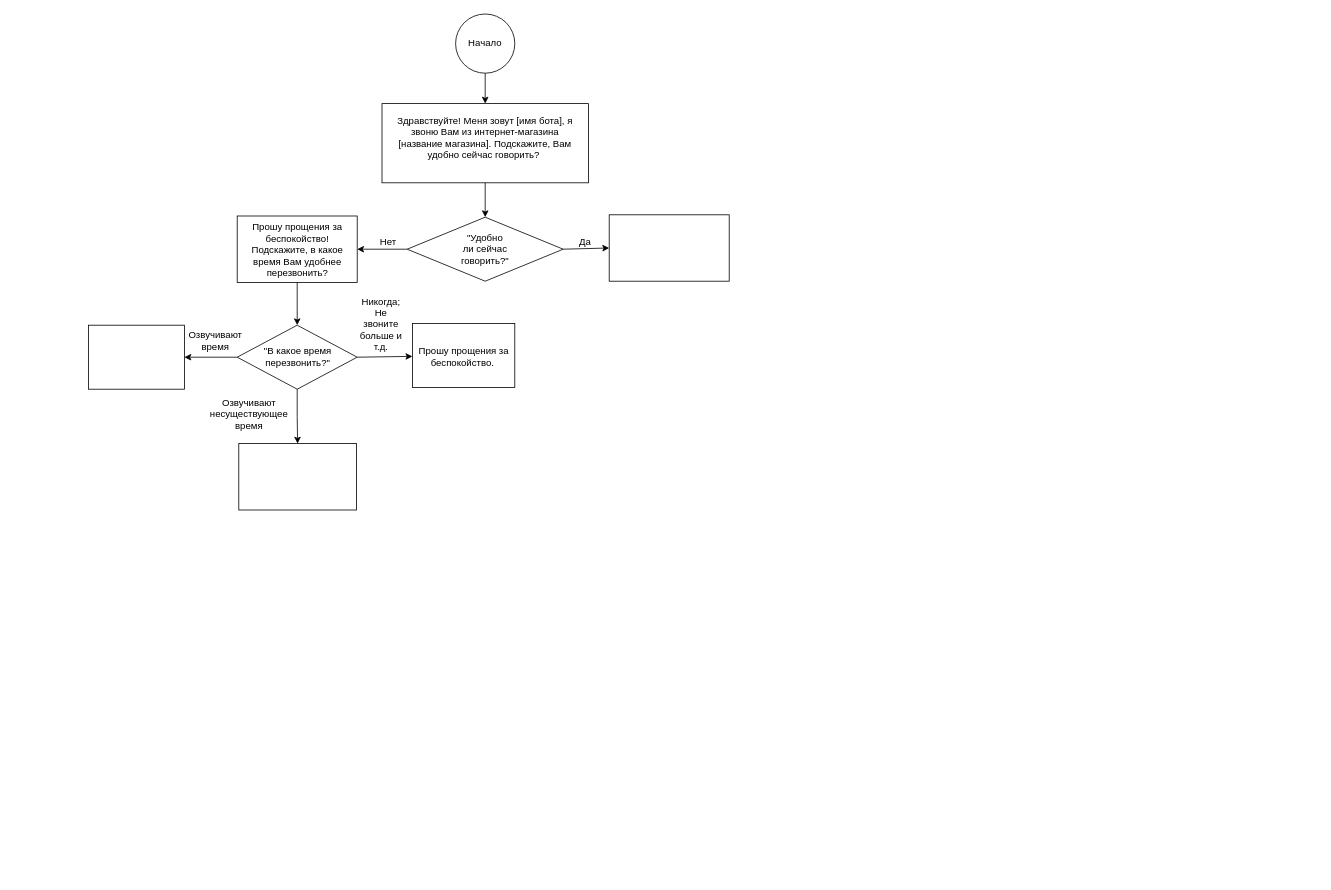
MeAstrena/Resume-CV- keeps this draw.io diagram as Тестовое задание на вакансию Младшего разработчика голосовых и чат ботов, Дусаева Кристина Родионовна.drawio. Above is the earlier version. Source tidied: cells renumbered, new cells numbered last; positions are measured from the earlier drawing's top-left corner, leaving out a move shared by most shapes. Both pictures are drawn from the tidied source at 80%, with x=0, y=0 at pixel (88, 14).
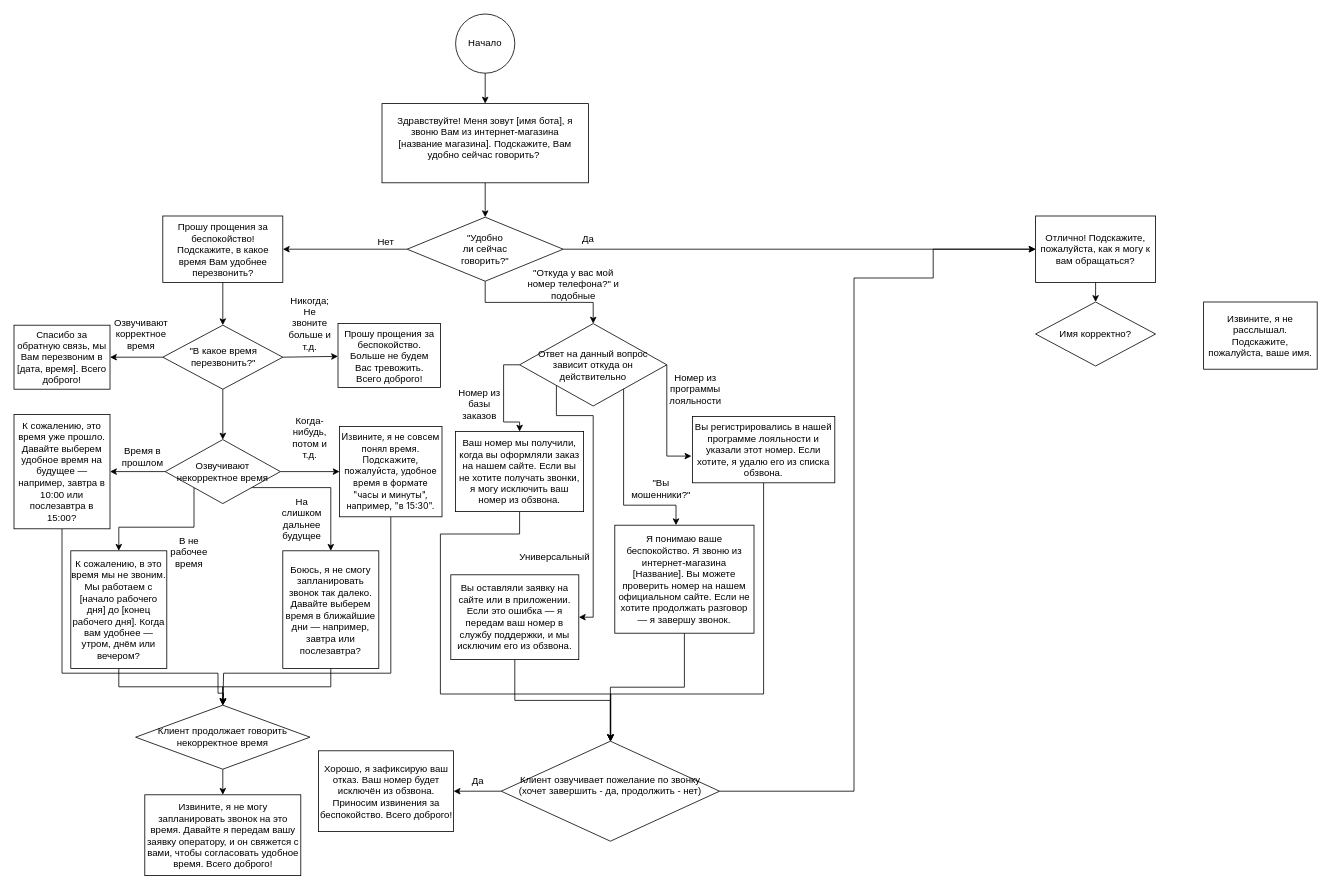
Above is the later version.

The change refers to these unchanged cells:
```xml
<mxCell id="7" style="rhombus;whiteSpace=wrap;html=1;shapeInside=1;" parent="1" vertex="1">
  <mxGeometry x="398.5" y="254" width="195" height="80" as="geometry" />
</mxCell>
```

The edit, as a diff of the source:
```diff
@@
+    <mxCell id="30" style="edgeStyle=orthogonalEdgeStyle;rounded=0;jettySize=auto;html=1;exitX=0.5;exitY=1;exitDx=0;exitDy=0;" parent="1" edge="1" source="7" target="55">
+      <mxGeometry relative="1" as="geometry" />
+    </mxCell>
@@
     <mxCell id="9" style="rounded=0;whiteSpace=wrap;html=1;" parent="1" vertex="1">
-      <mxGeometry x="186" y="252.5" width="150" height="83" as="geometry" />
+      <mxGeometry x="93" y="252.5" width="150" height="83" as="geometry" />
     </mxCell>
@@
+    <mxCell id="31" style="edgeStyle=orthogonalEdgeStyle;rounded=0;jettySize=auto;html=1;exitX=0.5;exitY=1;exitDx=0;exitDy=0;entryX=0.5;entryY=0;entryDx=0;entryDy=0;" parent="1" edge="1" source="12" target="75">
+      <mxGeometry relative="1" as="geometry" />
+    </mxCell>
-    <mxCell id="12" style="rounded=0;whiteSpace=wrap;html=1;" parent="1" vertex="1">
-      <mxGeometry x="651" y="251" width="150" height="83" as="geometry" />
+    <mxCell id="12" value="Отлично! Подскажите, пожалуйста, как я могу к вам обращаться?" style="rounded=0;whiteSpace=wrap;html=1;" parent="1" vertex="1">
+      <mxGeometry x="1184" y="252.5" width="150" height="83" as="geometry" />
     </mxCell>
@@
     <mxCell id="14" value="Нет" style="text;html=1;whiteSpace=wrap;strokeColor=none;fillColor=none;align=center;verticalAlign=middle;rounded=0;" parent="1" vertex="1">
-      <mxGeometry x="345" y="270" width="60" height="30" as="geometry" />
+      <mxGeometry x="342" y="270" width="60" height="30" as="geometry" />
     </mxCell>
-    <mxCell id="15" value="Да" style="text;html=1;whiteSpace=wrap;strokeColor=none;fillColor=none;align=center;verticalAlign=middle;rounded=0;" parent="1" vertex="1">
-      <mxGeometry x="591" y="270" width="60" height="30" as="geometry" />
-    </mxCell>
     <mxCell id="16" value="Прошу прощения за беспокойство! Подскажите, в какое время Вам удобнее перезвонить?" style="text;html=1;whiteSpace=wrap;strokeColor=none;fillColor=none;align=center;verticalAlign=middle;rounded=0;" parent="1" vertex="1">
-      <mxGeometry x="191" y="259" width="141" height="72" as="geometry" />
+      <mxGeometry x="98" y="259" width="141" height="72" as="geometry" />
     </mxCell>
-    <mxCell id="17" style="edgeStyle=orthogonalEdgeStyle;rounded=0;jettySize=auto;html=1;exitX=0.5;exitY=1;exitDx=0;exitDy=0;entryX=0.5;entryY=0;entryDx=0;entryDy=0;" parent="1" edge="1" source="18" target="28">
+    <mxCell id="17" style="edgeStyle=orthogonalEdgeStyle;rounded=0;jettySize=auto;html=1;exitX=0.5;exitY=1;exitDx=0;exitDy=0;entryX=0.5;entryY=0;entryDx=0;entryDy=0;" parent="1" edge="1" source="18" target="38">
       <mxGeometry relative="1" as="geometry" />
     </mxCell>
     <mxCell id="18" style="rhombus;whiteSpace=wrap;html=1;shapeInside=1;" parent="1" vertex="1">
-      <mxGeometry x="186" y="389" width="150" height="80" as="geometry" />
+      <mxGeometry x="93" y="389" width="150" height="80" as="geometry" />
     </mxCell>
     <mxCell id="19" value="&quot;В какое время перезвонить?&quot;" style="text;html=1;whiteSpace=wrap;strokeColor=none;fillColor=none;align=center;verticalAlign=middle;rounded=0;" parent="1" vertex="1">
-      <mxGeometry x="215" y="414" width="94" height="30" as="geometry" />
+      <mxGeometry x="122" y="414" width="94" height="30" as="geometry" />
     </mxCell>
@@
-    <mxCell id="21" style="rounded=0;whiteSpace=wrap;html=1;" parent="1" vertex="1">
-      <mxGeometry y="389" width="120" height="80" as="geometry" />
+    <mxCell id="21" value="Спасибо за обратную связь, мы Вам перезвоним в [дата, время]. Всего доброго!" style="rounded=0;whiteSpace=wrap;html=1;" parent="1" vertex="1">
+      <mxGeometry x="-93" y="389" width="120" height="80" as="geometry" />
     </mxCell>
     <mxCell id="22" style="rounded=0;whiteSpace=wrap;html=1;" parent="1" vertex="1">
-      <mxGeometry x="405" y="387" width="128" height="80" as="geometry" />
+      <mxGeometry x="312" y="387" width="128" height="80" as="geometry" />
     </mxCell>
@@
     <mxCell id="25" value="Никогда; Не звоните больше&amp;nbsp;и т.д." style="text;html=1;whiteSpace=wrap;strokeColor=none;fillColor=none;align=center;verticalAlign=middle;rounded=0;" parent="1" vertex="1">
-      <mxGeometry x="336" y="373" width="60" height="30" as="geometry" />
+      <mxGeometry x="247" y="348" width="60" height="78" as="geometry" />
     </mxCell>
-    <mxCell id="26" value="Прошу прощения за беспокойство.&amp;nbsp;" style="text;html=1;whiteSpace=wrap;strokeColor=none;fillColor=none;align=center;verticalAlign=middle;rounded=0;" parent="1" vertex="1">
-      <mxGeometry x="411" y="393" width="117" height="69" as="geometry" />
+    <mxCell id="26" value="Прошу прощения за беспокойство. Больше не будем Вас тревожить. Всего доброго!" style="text;html=1;whiteSpace=wrap;strokeColor=none;fillColor=none;align=center;verticalAlign=middle;rounded=0;" parent="1" vertex="1">
+      <mxGeometry x="318" y="393" width="117" height="69" as="geometry" />
     </mxCell>
-    <mxCell id="27" value="Озвучивают время" style="text;html=1;whiteSpace=wrap;strokeColor=none;fillColor=none;align=center;verticalAlign=middle;rounded=0;" parent="1" vertex="1">
-      <mxGeometry x="129" y="393" width="60" height="30" as="geometry" />
+    <mxCell id="27" value="Озвучивают корректное время" style="text;html=1;whiteSpace=wrap;strokeColor=none;fillColor=none;align=center;verticalAlign=middle;rounded=0;" parent="1" vertex="1">
+      <mxGeometry x="36" y="376" width="60" height="47" as="geometry" />
     </mxCell>
-    <mxCell id="28" style="rounded=0;whiteSpace=wrap;html=1;" parent="1" vertex="1">
-      <mxGeometry x="188" y="537" width="147" height="83" as="geometry" />
-    </mxCell>
-    <mxCell id="29" value="Озвучивают несуществующее время" style="text;html=1;whiteSpace=wrap;strokeColor=none;fillColor=none;align=center;verticalAlign=middle;rounded=0;" parent="1" vertex="1">
-      <mxGeometry x="171" y="485" width="60" height="30" as="geometry" />
+    <mxCell id="29" value="Время в прошлом" style="text;html=1;whiteSpace=wrap;strokeColor=none;fillColor=none;align=center;verticalAlign=middle;rounded=0;" parent="1" vertex="1">
+      <mxGeometry x="38" y="538" width="60" height="30" as="geometry" />
     </mxCell>
+    <mxCell id="32" value="Когда-нибудь, потом и т.д." style="text;html=1;whiteSpace=wrap;strokeColor=none;fillColor=none;align=center;verticalAlign=middle;rounded=0;" parent="1" vertex="1">
+      <mxGeometry x="247" y="496" width="60" height="67" as="geometry" />
+    </mxCell>
+    <mxCell id="33" style="edgeStyle=orthogonalEdgeStyle;rounded=0;jettySize=auto;html=1;exitX=1;exitY=0.5;exitDx=0;exitDy=0;" parent="1" edge="1" source="38" target="39">
+      <mxGeometry relative="1" as="geometry" />
+    </mxCell>
+    <mxCell id="34" style="edgeStyle=orthogonalEdgeStyle;rounded=0;jettySize=auto;html=1;exitX=0;exitY=0.5;exitDx=0;exitDy=0;entryX=1;entryY=0.5;entryDx=0;entryDy=0;" parent="1" edge="1" source="38" target="41">
+      <mxGeometry relative="1" as="geometry" />
+    </mxCell>
+    <mxCell id="35" style="edgeStyle=orthogonalEdgeStyle;rounded=0;jettySize=auto;html=1;exitX=0;exitY=1;exitDx=0;exitDy=0;entryX=0.5;entryY=0;entryDx=0;entryDy=0;" parent="1" edge="1" source="38" target="45">
+      <mxGeometry relative="1" as="geometry" />
+    </mxCell>
+    <mxCell id="36" style="edgeStyle=orthogonalEdgeStyle;rounded=0;jettySize=auto;html=1;exitX=1;exitY=1;exitDx=0;exitDy=0;" parent="1" edge="1" source="38" target="47">
+      <mxGeometry relative="1" as="geometry" />
+    </mxCell>
+    <mxCell id="37" style="edgeStyle=orthogonalEdgeStyle;rounded=0;jettySize=auto;html=1;exitX=0.5;exitY=1;exitDx=0;exitDy=0;entryX=0.5;entryY=0;entryDx=0;entryDy=0;" parent="1" edge="1" source="39" target="49">
+      <mxGeometry relative="1" as="geometry">
+        <Array as="points">
+          <mxPoint x="378" y="824" />
+          <mxPoint x="169" y="824" />
+        </Array>
+      </mxGeometry>
+    </mxCell>
+    <mxCell id="38" value="Озвучивают&lt;br&gt;некорректное время" style="rhombus;whiteSpace=wrap;html=1;shapeInside=1;" parent="1" vertex="1">
+      <mxGeometry x="96" y="532" width="144" height="80" as="geometry" />
+    </mxCell>
+    <mxCell id="39" value="&lt;div&gt;&lt;font face=&quot;quote-cjk-patch, Inter, system-ui, -apple-system, BlinkMacSystemFont, Segoe UI, Roboto, Oxygen, Ubuntu, Cantarell, Open Sans, Helvetica Neue, sans-serif&quot; style=&quot;font-size: 11px; color: rgb(0, 0, 0);&quot;&gt;Извините, я не совсем понял время. Подскажите, пожалуйста, удобное время в формате &quot;часы и минуты&quot;, например, &quot;в 15:30&quot;.&lt;/font&gt;&lt;/div&gt;" style="rounded=0;whiteSpace=wrap;html=1;align=center;" parent="1" vertex="1">
+      <mxGeometry x="314" y="515.5" width="128" height="113" as="geometry" />
+    </mxCell>
+    <mxCell id="40" style="edgeStyle=orthogonalEdgeStyle;rounded=0;jettySize=auto;html=1;exitX=0.5;exitY=1;exitDx=0;exitDy=0;entryX=0.5;entryY=0;entryDx=0;entryDy=0;" parent="1" edge="1" source="41" target="49">
+      <mxGeometry relative="1" as="geometry">
+        <Array as="points">
+          <mxPoint x="-33" y="824" />
+          <mxPoint x="162" y="824" />
+          <mxPoint x="162" y="849" />
+          <mxPoint x="169" y="849" />
+        </Array>
+      </mxGeometry>
+    </mxCell>
+    <mxCell id="41" value="К сожалению,&amp;nbsp;это время уже прошло. Давайте выберем удобное время на будущее — например, завтра в 10:00 или послезавтра в 15:00?" style="rounded=0;whiteSpace=wrap;html=1;" parent="1" vertex="1">
+      <mxGeometry x="-93" y="500.5" width="120" height="143" as="geometry" />
+    </mxCell>
+    <mxCell id="42" value="В не рабочее время" style="text;html=1;whiteSpace=wrap;strokeColor=none;fillColor=none;align=center;verticalAlign=middle;rounded=0;" parent="1" vertex="1">
+      <mxGeometry x="96" y="652" width="60" height="42" as="geometry" />
+    </mxCell>
+    <mxCell id="43" value="На слишком дальнее будущее" style="text;html=1;whiteSpace=wrap;strokeColor=none;fillColor=none;align=center;verticalAlign=middle;rounded=0;" parent="1" vertex="1">
+      <mxGeometry x="237" y="598" width="60" height="65" as="geometry" />
+    </mxCell>
+    <mxCell id="44" style="edgeStyle=orthogonalEdgeStyle;rounded=0;jettySize=auto;html=1;exitX=0.5;exitY=1;exitDx=0;exitDy=0;" parent="1" edge="1" source="45" target="49">
+      <mxGeometry relative="1" as="geometry" />
+    </mxCell>
+    <mxCell id="45" value="К сожалению, в это время мы не звоним. Мы работаем с [начало рабочего дня] до [конец рабочего дня]. Когда вам удобнее — утром, днём или вечером?" style="rounded=0;whiteSpace=wrap;html=1;" parent="1" vertex="1">
+      <mxGeometry x="-22" y="671" width="120" height="147" as="geometry" />
+    </mxCell>
+    <mxCell id="46" style="edgeStyle=orthogonalEdgeStyle;rounded=0;jettySize=auto;html=1;exitX=0.5;exitY=1;exitDx=0;exitDy=0;entryX=0.5;entryY=0;entryDx=0;entryDy=0;" parent="1" edge="1" source="47" target="49">
+      <mxGeometry relative="1" as="geometry" />
+    </mxCell>
+    <mxCell id="47" value="Боюсь, я не смогу запланировать звонок так далеко. Давайте выберем время в ближайшие дни — например, завтра или послезавтра?" style="rounded=0;whiteSpace=wrap;html=1;" parent="1" vertex="1">
+      <mxGeometry x="243" y="671" width="120" height="147" as="geometry" />
+    </mxCell>
+    <mxCell id="48" style="edgeStyle=orthogonalEdgeStyle;rounded=0;jettySize=auto;html=1;exitX=0.5;exitY=1;exitDx=0;exitDy=0;entryX=0.5;entryY=0;entryDx=0;entryDy=0;" parent="1" edge="1" source="49" target="50">
+      <mxGeometry relative="1" as="geometry" />
+    </mxCell>
+    <mxCell id="49" value="Клиент продолжает говорить некорректное время" style="rhombus;whiteSpace=wrap;html=1;shapeInside=1;" parent="1" vertex="1">
+      <mxGeometry x="59" y="864" width="218" height="80" as="geometry" />
+    </mxCell>
+    <mxCell id="50" value="Извините, я не могу запланировать звонок на это время. Давайте я передам вашу заявку оператору, и он свяжется с вами, чтобы согласовать удобное время. Всего доброго!" style="rounded=0;whiteSpace=wrap;html=1;" parent="1" vertex="1">
+      <mxGeometry x="70.5" y="976" width="195" height="101" as="geometry" />
+    </mxCell>
+    <mxCell id="51" value="Да" style="text;html=1;whiteSpace=wrap;strokeColor=none;fillColor=none;align=center;verticalAlign=middle;rounded=0;" parent="1" vertex="1">
+      <mxGeometry x="595" y="267" width="60" height="30" as="geometry" />
+    </mxCell>
+    <mxCell id="52" style="edgeStyle=orthogonalEdgeStyle;rounded=0;jettySize=auto;html=1;exitX=0;exitY=0.5;exitDx=0;exitDy=0;entryX=0.5;entryY=0;entryDx=0;entryDy=0;" parent="1" edge="1" source="55" target="58">
+      <mxGeometry relative="1" as="geometry" />
+    </mxCell>
+    <mxCell id="53" style="edgeStyle=orthogonalEdgeStyle;rounded=0;jettySize=auto;html=1;exitX=0;exitY=1;exitDx=0;exitDy=0;entryX=1;entryY=0.5;entryDx=0;entryDy=0;" parent="1" edge="1" source="55" target="65">
+      <mxGeometry relative="1" as="geometry">
+        <Array as="points">
+          <mxPoint x="585" y="502" />
+          <mxPoint x="631" y="502" />
+          <mxPoint x="631" y="754" />
+        </Array>
+      </mxGeometry>
+    </mxCell>
+    <mxCell id="54" style="edgeStyle=orthogonalEdgeStyle;rounded=0;jettySize=auto;html=1;exitX=1;exitY=1;exitDx=0;exitDy=0;" parent="1" edge="1" source="55" target="67">
+      <mxGeometry relative="1" as="geometry">
+        <Array as="points">
+          <mxPoint x="669" y="464.3" />
+          <mxPoint x="669" y="614" />
+          <mxPoint x="734.5" y="614" />
+        </Array>
+      </mxGeometry>
+    </mxCell>
+    <mxCell id="55" value="Ответ на данный вопрос зависит откуда он действительно" style="rhombus;whiteSpace=wrap;html=1;shapeInside=1;" parent="1" vertex="1">
+      <mxGeometry x="539" y="387" width="184" height="103" as="geometry" />
+    </mxCell>
+    <mxCell id="56" value="&quot;Откуда у вас мой номер телефона?&quot; и подобные" style="text;html=1;whiteSpace=wrap;strokeColor=none;fillColor=none;align=center;verticalAlign=middle;rounded=0;" parent="1" vertex="1">
+      <mxGeometry x="548" y="315" width="117" height="45" as="geometry" />
+    </mxCell>
+    <mxCell id="57" style="edgeStyle=orthogonalEdgeStyle;rounded=0;jettySize=auto;html=1;exitX=0.5;exitY=1;exitDx=0;exitDy=0;" parent="1" edge="1" source="58" target="72">
+      <mxGeometry relative="1" as="geometry">
+        <Array as="points">
+          <mxPoint x="539" y="650" />
+          <mxPoint x="440" y="650" />
+          <mxPoint x="440" y="850" />
+          <mxPoint x="653" y="850" />
+        </Array>
+      </mxGeometry>
+    </mxCell>
+    <mxCell id="58" value="Ваш номер мы получили, когда вы оформляли заказ на нашем сайте. Если вы не хотите получать звонки, я могу исключить ваш номер из обзвона." style="rounded=0;whiteSpace=wrap;html=1;" parent="1" vertex="1">
+      <mxGeometry x="459" y="522" width="160" height="100" as="geometry" />
+    </mxCell>
+    <mxCell id="59" value="Номер из базы заказов" style="text;html=1;whiteSpace=wrap;strokeColor=none;fillColor=none;align=center;verticalAlign=middle;rounded=0;" parent="1" vertex="1">
+      <mxGeometry x="459" y="473" width="60" height="30" as="geometry" />
+    </mxCell>
+    <mxCell id="60" value="Номер из программы лояльности" style="text;html=1;whiteSpace=wrap;strokeColor=none;fillColor=none;align=center;verticalAlign=middle;rounded=0;" parent="1" vertex="1">
+      <mxGeometry x="729" y="454" width="60" height="30" as="geometry" />
+    </mxCell>
+    <mxCell id="61" style="edgeStyle=orthogonalEdgeStyle;rounded=0;jettySize=auto;html=1;exitX=0.5;exitY=1;exitDx=0;exitDy=0;entryX=0.5;entryY=0;entryDx=0;entryDy=0;" parent="1" edge="1" source="62" target="72">
+      <mxGeometry relative="1" as="geometry">
+        <Array as="points">
+          <mxPoint x="844" y="850" />
+          <mxPoint x="653" y="850" />
+        </Array>
+      </mxGeometry>
+    </mxCell>
+    <mxCell id="62" value="Вы регистрировались в нашей программе лояльности и указали этот номер. Если хотите, я удалю его из списка обзвона." style="rounded=0;whiteSpace=wrap;html=1;" parent="1" vertex="1">
+      <mxGeometry x="755" y="503" width="178" height="83" as="geometry" />
+    </mxCell>
+    <mxCell id="63" style="edgeStyle=orthogonalEdgeStyle;rounded=0;jettySize=auto;html=1;exitX=1;exitY=0.5;exitDx=0;exitDy=0;entryX=-0.007;entryY=0.598;entryDx=0;entryDy=0;entryPerimeter=0;" parent="1" edge="1" source="55" target="62">
+      <mxGeometry relative="1" as="geometry">
+        <Array as="points">
+          <mxPoint x="723" y="552.6" />
+        </Array>
+      </mxGeometry>
+    </mxCell>
+    <mxCell id="64" style="edgeStyle=orthogonalEdgeStyle;rounded=0;jettySize=auto;html=1;exitX=0.5;exitY=1;exitDx=0;exitDy=0;entryX=0.5;entryY=0;entryDx=0;entryDy=0;" parent="1" edge="1" source="65" target="72">
+      <mxGeometry relative="1" as="geometry" />
+    </mxCell>
+    <mxCell id="65" value="Вы оставляли заявку на сайте или в приложении. Если это ошибка — я передам ваш номер в службу поддержки, и мы исключим его из обзвона." style="whiteSpace=wrap;html=1;" parent="1" vertex="1">
+      <mxGeometry x="453" y="701" width="160" height="106" as="geometry" />
+    </mxCell>
+    <mxCell id="66" style="edgeStyle=orthogonalEdgeStyle;rounded=0;jettySize=auto;html=1;exitX=0.5;exitY=1;exitDx=0;exitDy=0;entryX=0.5;entryY=0;entryDx=0;entryDy=0;" parent="1" edge="1" source="67" target="72">
+      <mxGeometry relative="1" as="geometry" />
+    </mxCell>
+    <mxCell id="67" value="Я понимаю ваше беспокойство. Я звоню из интернет-магазина [Название]. Вы можете проверить номер на нашем официальном сайте. Если не хотите продолжать разговор — я завершу звонок." style="rounded=0;whiteSpace=wrap;html=1;" parent="1" vertex="1">
+      <mxGeometry x="658" y="639" width="174" height="135" as="geometry" />
+    </mxCell>
+    <mxCell id="68" value="&quot;Вы мошенники?&quot;" style="text;html=1;whiteSpace=wrap;strokeColor=none;fillColor=none;align=center;verticalAlign=middle;rounded=0;" parent="1" vertex="1">
+      <mxGeometry x="686" y="578" width="60" height="30" as="geometry" />
+    </mxCell>
+    <mxCell id="69" value="Универсальный" style="text;html=1;whiteSpace=wrap;strokeColor=none;fillColor=none;align=center;verticalAlign=middle;rounded=0;" parent="1" vertex="1">
+      <mxGeometry x="553" y="664" width="60" height="30" as="geometry" />
+    </mxCell>
+    <mxCell id="70" style="edgeStyle=orthogonalEdgeStyle;rounded=0;jettySize=auto;html=1;exitX=0;exitY=0.5;exitDx=0;exitDy=0;" parent="1" edge="1" source="72" target="73">
+      <mxGeometry relative="1" as="geometry" />
+    </mxCell>
+    <mxCell id="71" style="edgeStyle=orthogonalEdgeStyle;rounded=0;jettySize=auto;html=1;exitX=1;exitY=0.5;exitDx=0;exitDy=0;entryX=0;entryY=0.5;entryDx=0;entryDy=0;" parent="1" edge="1" source="72" target="12">
+      <mxGeometry relative="1" as="geometry">
+        <Array as="points">
+          <mxPoint x="957" y="971.5" />
+          <mxPoint x="957" y="330" />
+          <mxPoint x="1056" y="330" />
+          <mxPoint x="1056" y="294" />
+        </Array>
+      </mxGeometry>
+    </mxCell>
+    <mxCell id="72" value="Клиент озвучивает пожелание по звонку&lt;br&gt;(хочет завершить - да, продолжить - нет)&lt;br&gt;&lt;div&gt;&lt;br&gt;&lt;/div&gt;" style="rhombus;whiteSpace=wrap;html=1;shapeInside=1;" parent="1" vertex="1">
+      <mxGeometry x="516" y="909" width="273" height="125" as="geometry" />
+    </mxCell>
+    <mxCell id="73" value="Хорошо, я зафиксирую ваш отказ. Ваш номер будет исключён из обзвона. Приносим извинения за беспокойство. Всего доброго!" style="rounded=0;whiteSpace=wrap;html=1;" parent="1" vertex="1">
+      <mxGeometry x="287.5" y="921" width="169" height="101" as="geometry" />
+    </mxCell>
+    <mxCell id="74" value="Да" style="text;html=1;whiteSpace=wrap;strokeColor=none;fillColor=none;align=center;verticalAlign=middle;rounded=0;" parent="1" vertex="1">
+      <mxGeometry x="456.5" y="944" width="60" height="30" as="geometry" />
+    </mxCell>
+    <mxCell id="75" value="Имя корректно?" style="rhombus;whiteSpace=wrap;html=1;shapeInside=1;" parent="1" vertex="1">
+      <mxGeometry x="1184" y="360" width="150" height="80" as="geometry" />
+    </mxCell>
+    <mxCell id="76" value="Извините, я не расслышал. Подскажите, пожалуйста, ваше имя." style="rounded=0;whiteSpace=wrap;html=1;" parent="1" vertex="1">
+      <mxGeometry x="1394" y="360" width="142" height="84" as="geometry" />
+    </mxCell>
```
